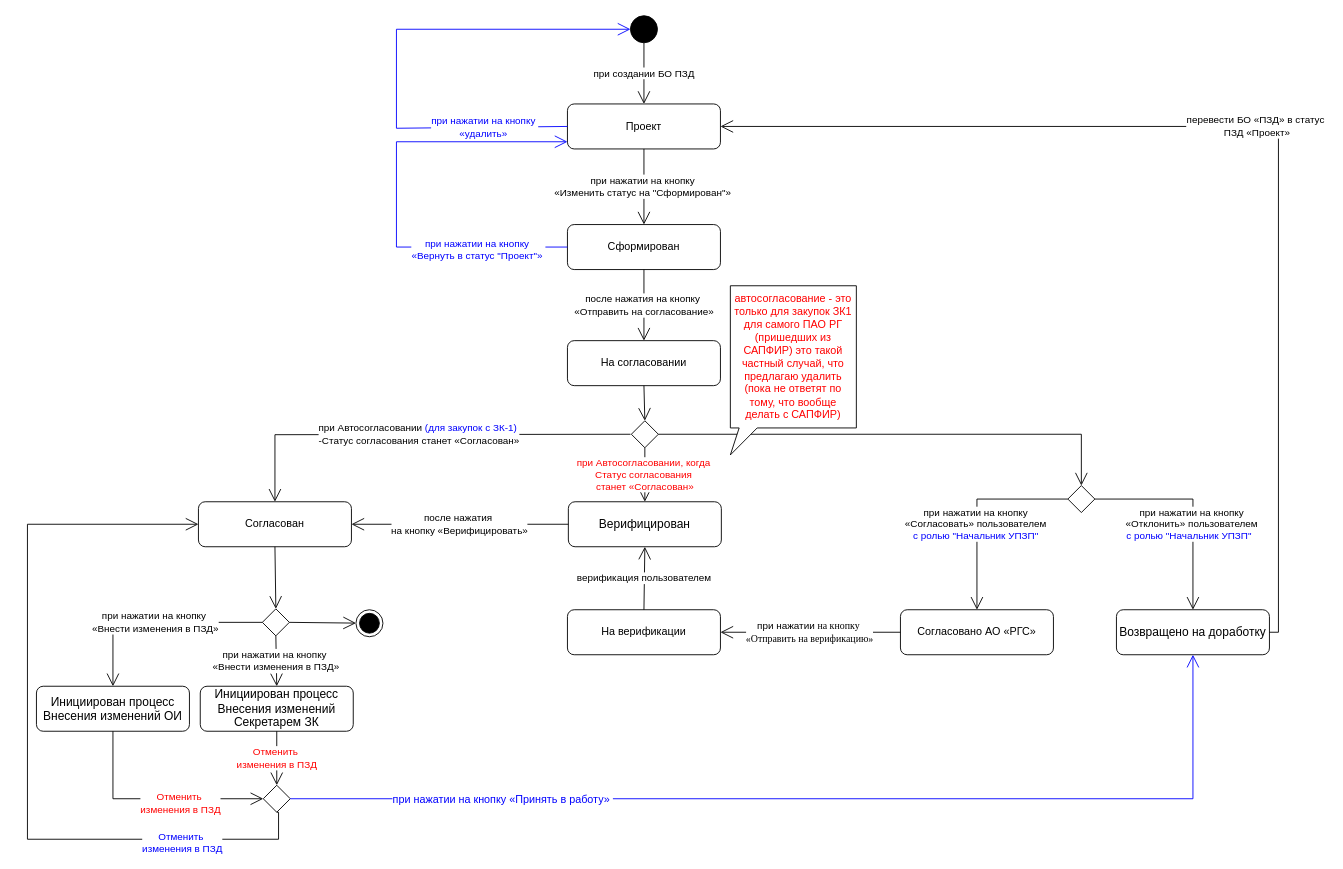
realrvs/drawio keeps this draw.io diagram as page "Статусы ПЗД" (7 of 8) of Предметная область SRM.drawio. Above is the earlier version. Source tidied: cells renumbered, new cells numbered last; positions are measured from the earlier drawing's top-left corner, leaving out a move shared by most shapes. Both pictures are drawn from the tidied source at 90%, with x=0, y=0 at pixel (27, 15).
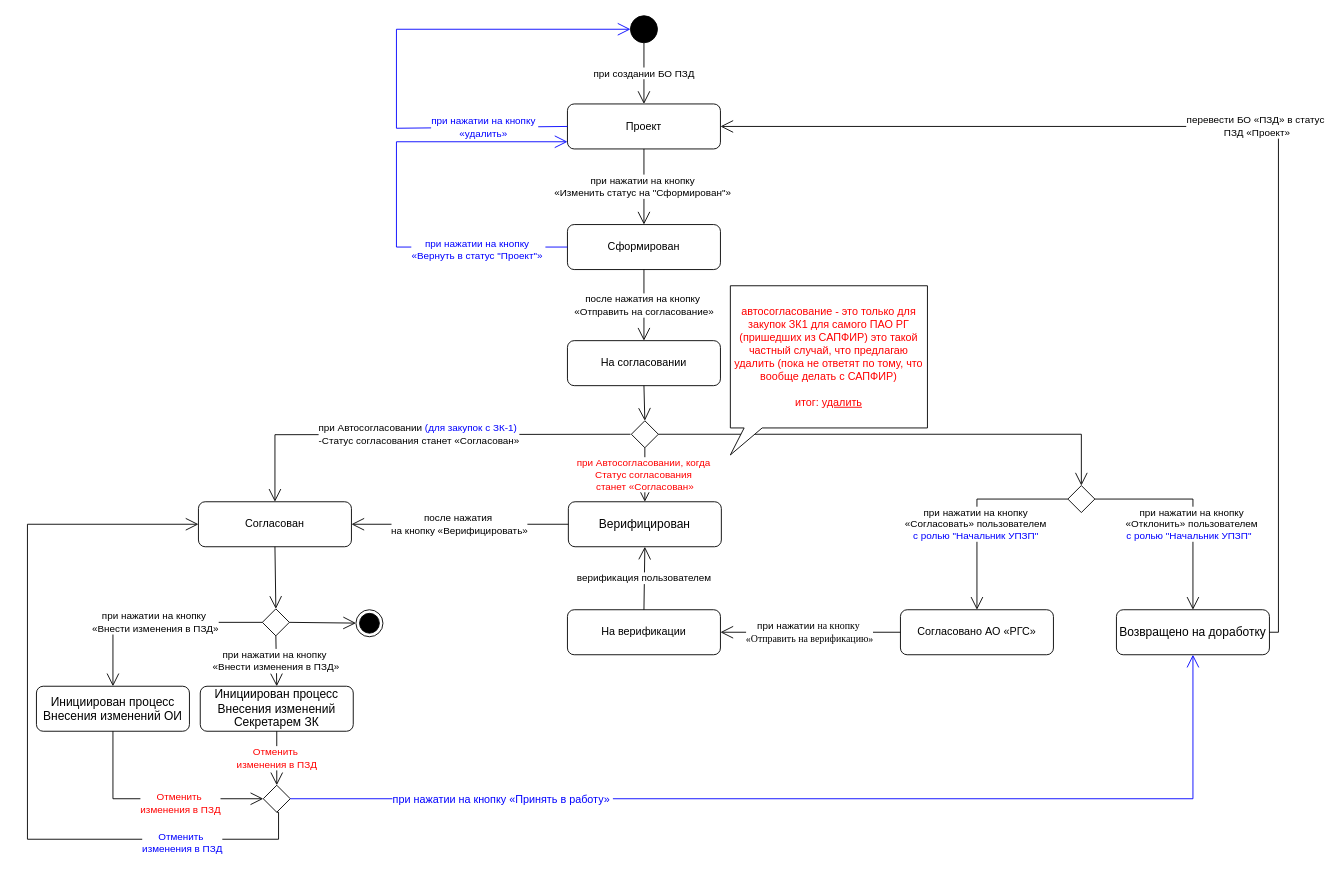
Above is the later version.

What changed in the source:
```diff
@@
-    <mxCell id="40" value="автосогласование - это только для закупок ЗК1 для самого ПАО РГ (пришедших из САПФИР) это такой частный случай, что предлагаю удалить (пока не ответят по тому, что вообще делать с САПФИР)" style="shape=callout;whiteSpace=wrap;html=1;perimeter=calloutPerimeter;position2=0;rotation=0;horizontal=1;size=30;position=0.07;fontColor=#FF0000;base=20;" parent="1" vertex="1">
-      <mxGeometry x="781" y="300" width="140" height="188" as="geometry" />
+    <mxCell id="40" value="автосогласование - это только для закупок ЗК1 для самого ПАО РГ (пришедших из САПФИР) это такой частный случай, что предлагаю удалить (пока не ответят по тому, что вообще делать с САПФИР)&lt;div&gt;&lt;br&gt;&lt;/div&gt;&lt;div&gt;итог: &lt;u&gt;удалить&lt;/u&gt;&lt;/div&gt;" style="shape=callout;whiteSpace=wrap;html=1;perimeter=calloutPerimeter;position2=0;rotation=0;horizontal=1;size=30;position=0.07;fontColor=#FF0000;base=20;" parent="1" vertex="1">
+      <mxGeometry x="781" y="300" width="219" height="188" as="geometry" />
     </mxCell>
```
